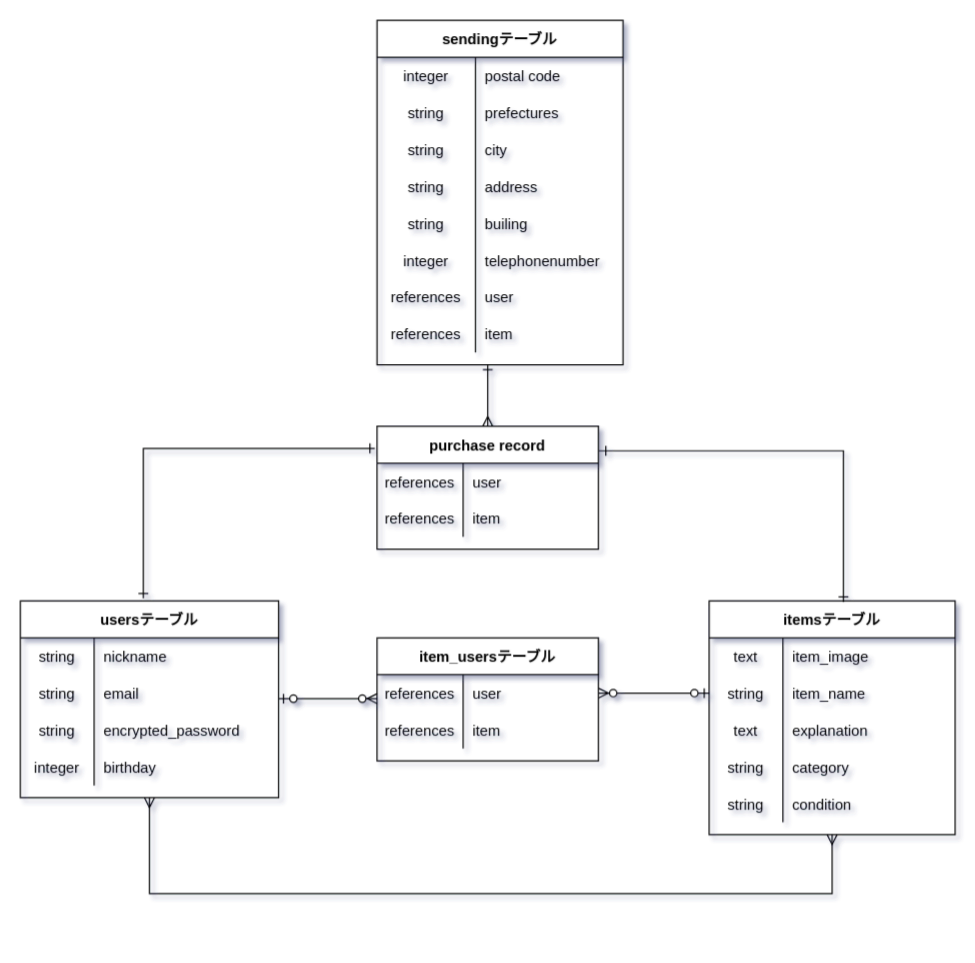
This is test.dio from iorrittle/furima-37188, a draw.io file, before an edit. Source tidied: cells renumbered, new cells numbered last; positions are measured from the earlier drawing's top-left corner, leaving out a move shared by most shapes. Both pictures are drawn from the tidied source at 123%, with x=0, y=0 at pixel (20, 20).
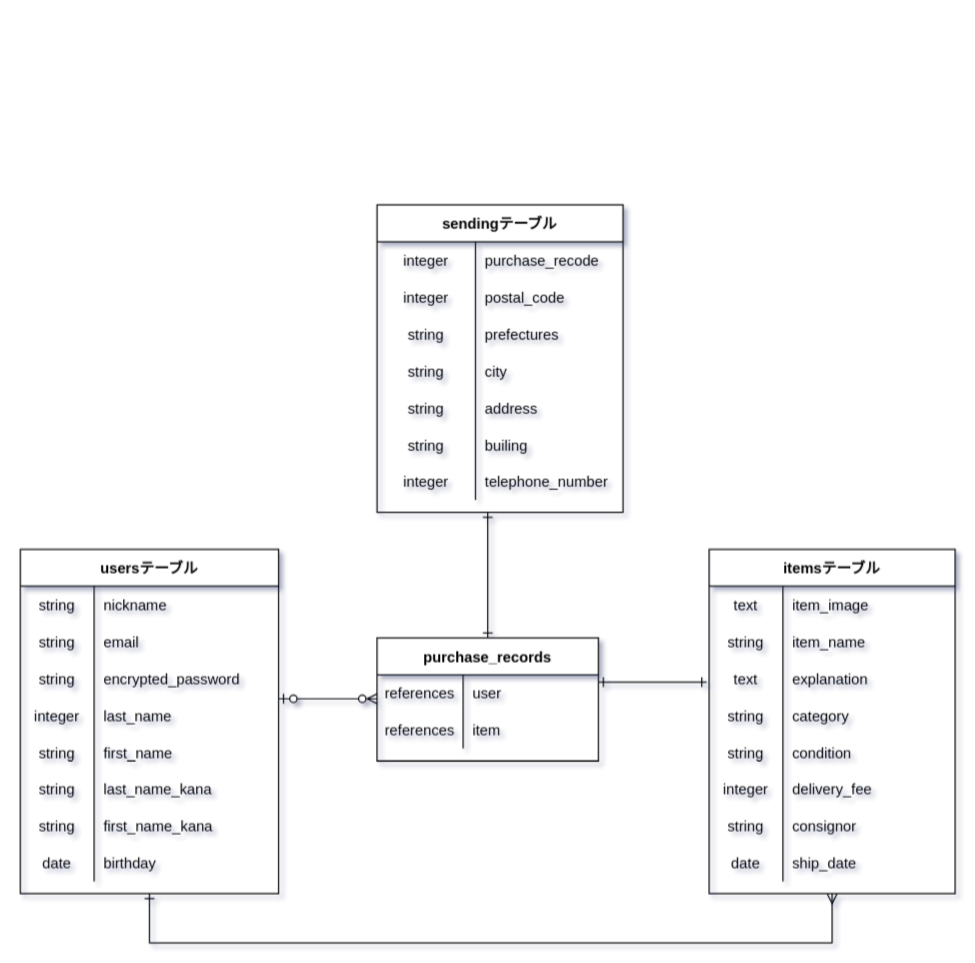
Above is the later version.

Commit message (it also covers changes not shown here):
テーブル設計、ER図作成（修正）

Unchanged cells that the change refers to:
```xml
<mxCell id="13" style="shape=partialRectangle;fillColor=none;top=0;left=0;bottom=0;right=0;" parent="3" vertex="1">
  <mxGeometry y="120" width="210" height="30" as="geometry" />
</mxCell>
<mxCell id="20" style="shape=partialRectangle;fillColor=none;top=0;left=0;bottom=0;right=0;points=[[0,0.5],[1,0.5]];portConstraint=eastwest;" parent="16" vertex="1">
  <mxGeometry y="60" width="200" height="30" as="geometry" />
</mxCell>
```

Diff of the diagram source:
```diff
@@
-    <mxCell id="2" style="edgeStyle=orthogonalEdgeStyle;rounded=0;html=1;exitX=0.5;exitY=1;exitDx=0;exitDy=0;entryX=0.5;entryY=1;entryDx=0;entryDy=0;startArrow=ERmany;startFill=0;endArrow=ERmany;endFill=0;" parent="1" edge="1" source="3" target="16">
+    <mxCell id="2" style="edgeStyle=orthogonalEdgeStyle;rounded=0;html=1;exitX=0.5;exitY=1;exitDx=0;exitDy=0;entryX=0.5;entryY=1;entryDx=0;entryDy=0;startArrow=ERone;startFill=0;endArrow=ERmany;endFill=0;" parent="1" edge="1" source="3" target="16">
       <mxGeometry relative="1" as="geometry">
         <Array as="points">
-          <mxPoint x="105" y="710" />
-          <mxPoint x="660" y="710" />
+          <mxPoint x="105" y="750" />
+          <mxPoint x="660" y="750" />
         </Array>
       </mxGeometry>
     </mxCell>
     <mxCell id="3" value="usersテーブル" style="shape=table;startSize=30;childLayout=tableLayout;rowLines=0;fontStyle=1;align=center;gradientColor=#ffffff;" parent="1" vertex="1">
-      <mxGeometry y="472" width="210" height="160" as="geometry" />
+      <mxGeometry y="430" width="210" height="280" as="geometry" />
     </mxCell>
@@
-    <mxCell id="15" value="birthday" style="shape=partialRectangle;fillColor=none;top=0;left=0;bottom=0;right=0;align=left;spacingLeft=6;overflow=hidden;" parent="13" vertex="1">
+    <mxCell id="15" value="last_name" style="shape=partialRectangle;fillColor=none;top=0;left=0;bottom=0;right=0;align=left;spacingLeft=6;overflow=hidden;" parent="13" vertex="1">
       <mxGeometry x="60" width="150" height="30" as="geometry" />
     </mxCell>
+    <mxCell id="77" style="shape=partialRectangle;fillColor=none;top=0;left=0;bottom=0;right=0;" parent="3" vertex="1">
+      <mxGeometry y="150" width="210" height="30" as="geometry" />
+    </mxCell>
+    <mxCell id="78" value="string" style="shape=partialRectangle;fillColor=none;top=0;left=0;bottom=0;right=0;overflow=hidden;" parent="77" vertex="1">
+      <mxGeometry width="60" height="30" as="geometry" />
+    </mxCell>
+    <mxCell id="79" value="first_name" style="shape=partialRectangle;fillColor=none;top=0;left=0;bottom=0;right=0;align=left;spacingLeft=6;overflow=hidden;" parent="77" vertex="1">
+      <mxGeometry x="60" width="150" height="30" as="geometry" />
+    </mxCell>
+    <mxCell id="80" style="shape=partialRectangle;fillColor=none;top=0;left=0;bottom=0;right=0;" parent="3" vertex="1">
+      <mxGeometry y="180" width="210" height="30" as="geometry" />
+    </mxCell>
+    <mxCell id="81" value="string" style="shape=partialRectangle;fillColor=none;top=0;left=0;bottom=0;right=0;overflow=hidden;" parent="80" vertex="1">
+      <mxGeometry width="60" height="30" as="geometry" />
+    </mxCell>
+    <mxCell id="82" value="last_name_kana" style="shape=partialRectangle;fillColor=none;top=0;left=0;bottom=0;right=0;align=left;spacingLeft=6;overflow=hidden;" parent="80" vertex="1">
+      <mxGeometry x="60" width="150" height="30" as="geometry" />
+    </mxCell>
+    <mxCell id="83" style="shape=partialRectangle;fillColor=none;top=0;left=0;bottom=0;right=0;" parent="3" vertex="1">
+      <mxGeometry y="210" width="210" height="30" as="geometry" />
+    </mxCell>
+    <mxCell id="84" value="string" style="shape=partialRectangle;fillColor=none;top=0;left=0;bottom=0;right=0;overflow=hidden;" parent="83" vertex="1">
+      <mxGeometry width="60" height="30" as="geometry" />
+    </mxCell>
+    <mxCell id="85" value="first_name_kana" style="shape=partialRectangle;fillColor=none;top=0;left=0;bottom=0;right=0;align=left;spacingLeft=6;overflow=hidden;" parent="83" vertex="1">
+      <mxGeometry x="60" width="150" height="30" as="geometry" />
+    </mxCell>
+    <mxCell id="86" style="shape=partialRectangle;fillColor=none;top=0;left=0;bottom=0;right=0;" parent="3" vertex="1">
+      <mxGeometry y="240" width="210" height="30" as="geometry" />
+    </mxCell>
+    <mxCell id="87" value="date" style="shape=partialRectangle;fillColor=none;top=0;left=0;bottom=0;right=0;overflow=hidden;" parent="86" vertex="1">
+      <mxGeometry width="60" height="30" as="geometry" />
+    </mxCell>
+    <mxCell id="88" value="birthday" style="shape=partialRectangle;fillColor=none;top=0;left=0;bottom=0;right=0;align=left;spacingLeft=6;overflow=hidden;" parent="86" vertex="1">
+      <mxGeometry x="60" width="150" height="30" as="geometry" />
+    </mxCell>
     <mxCell id="16" value="itemsテーブル" style="shape=table;startSize=30;childLayout=tableLayout;rowLines=0;fontStyle=1;align=center;gradientColor=#ffffff;" parent="1" vertex="1">
-      <mxGeometry x="560" y="472" width="200" height="190" as="geometry" />
+      <mxGeometry x="560" y="430" width="200" height="280" as="geometry" />
     </mxCell>
@@
-    <mxCell id="33" value="item_usersテーブル" style="shape=table;startSize=30;childLayout=tableLayout;rowLines=0;fontStyle=1;align=center;gradientColor=#ffffff;" parent="1" vertex="1">
-      <mxGeometry x="290" y="502" width="180" height="100" as="geometry" />
-    </mxCell>
-    <mxCell id="34" style="shape=partialRectangle;fillColor=none;top=0;left=0;bottom=0;right=0;points=[[0,0.5],[1,0.5]];portConstraint=eastwest;" parent="33" vertex="1">
-      <mxGeometry y="30" width="180" height="30" as="geometry" />
-    </mxCell>
-    <mxCell id="35" value="references" style="shape=partialRectangle;fillColor=none;top=0;left=0;bottom=0;right=0;overflow=hidden;" parent="34" vertex="1">
-      <mxGeometry width="70" height="30" as="geometry" />
-    </mxCell>
-    <mxCell id="36" value="user" style="shape=partialRectangle;fillColor=none;top=0;left=0;bottom=0;right=0;align=left;spacingLeft=6;overflow=hidden;" parent="34" vertex="1">
-      <mxGeometry x="70" width="110" height="30" as="geometry" />
-    </mxCell>
-    <mxCell id="37" style="shape=partialRectangle;fillColor=none;top=0;left=0;bottom=0;right=0;" parent="33" vertex="1">
-      <mxGeometry y="60" width="180" height="30" as="geometry" />
-    </mxCell>
-    <mxCell id="38" value="references" style="shape=partialRectangle;fillColor=none;top=0;left=0;bottom=0;right=0;overflow=hidden;" parent="37" vertex="1">
-      <mxGeometry width="70" height="30" as="geometry" />
-    </mxCell>
-    <mxCell id="39" value="item" style="shape=partialRectangle;fillColor=none;top=0;left=0;bottom=0;right=0;align=left;spacingLeft=6;overflow=hidden;" parent="37" vertex="1">
-      <mxGeometry x="70" width="110" height="30" as="geometry" />
-    </mxCell>
+    <mxCell id="89" style="shape=partialRectangle;fillColor=none;top=0;left=0;bottom=0;right=0;" parent="16" vertex="1">
+      <mxGeometry y="180" width="200" height="30" as="geometry" />
+    </mxCell>
+    <mxCell id="90" value="integer" style="shape=partialRectangle;fillColor=none;top=0;left=0;bottom=0;right=0;overflow=hidden;" parent="89" vertex="1">
+      <mxGeometry width="60" height="30" as="geometry" />
+    </mxCell>
+    <mxCell id="91" value="delivery_fee" style="shape=partialRectangle;fillColor=none;top=0;left=0;bottom=0;right=0;align=left;spacingLeft=6;overflow=hidden;" parent="89" vertex="1">
+      <mxGeometry x="60" width="140" height="30" as="geometry" />
+    </mxCell>
+    <mxCell id="68" style="shape=partialRectangle;fillColor=none;top=0;left=0;bottom=0;right=0;" parent="16" vertex="1">
+      <mxGeometry y="210" width="200" height="30" as="geometry" />
+    </mxCell>
+    <mxCell id="92" value="string" style="shape=partialRectangle;fillColor=none;top=0;left=0;bottom=0;right=0;overflow=hidden;" parent="68" vertex="1">
+      <mxGeometry width="60" height="30" as="geometry" />
+    </mxCell>
+    <mxCell id="93" value="consignor" style="shape=partialRectangle;fillColor=none;top=0;left=0;bottom=0;right=0;align=left;spacingLeft=6;overflow=hidden;" parent="68" vertex="1">
+      <mxGeometry x="60" width="140" height="30" as="geometry" />
+    </mxCell>
+    <mxCell id="71" style="shape=partialRectangle;fillColor=none;top=0;left=0;bottom=0;right=0;" parent="16" vertex="1">
+      <mxGeometry y="240" width="200" height="30" as="geometry" />
+    </mxCell>
+    <mxCell id="94" value="date" style="shape=partialRectangle;fillColor=none;top=0;left=0;bottom=0;right=0;overflow=hidden;" parent="71" vertex="1">
+      <mxGeometry width="60" height="30" as="geometry" />
+    </mxCell>
+    <mxCell id="95" value="ship_date" style="shape=partialRectangle;fillColor=none;top=0;left=0;bottom=0;right=0;align=left;spacingLeft=6;overflow=hidden;" parent="71" vertex="1">
+      <mxGeometry x="60" width="140" height="30" as="geometry" />
+    </mxCell>
-    <mxCell id="40" style="edgeStyle=orthogonalEdgeStyle;rounded=0;html=1;entryX=0.546;entryY=0.004;entryDx=0;entryDy=0;entryPerimeter=0;startArrow=ERone;startFill=0;endArrow=ERone;endFill=0;" parent="1" edge="1" target="16">
+    <mxCell id="40" style="edgeStyle=orthogonalEdgeStyle;rounded=0;html=1;startArrow=ERone;startFill=0;endArrow=ERone;endFill=0;" parent="1" edge="1">
       <mxGeometry relative="1" as="geometry">
-        <mxPoint x="480" y="350" as="sourcePoint" />
+        <mxPoint x="470" y="538" as="sourcePoint" />
+        <mxPoint x="558" y="538" as="targetPoint" />
         <Array as="points">
-          <mxPoint x="470" y="350" />
-          <mxPoint x="669" y="350" />
+          <mxPoint x="558" y="538" />
         </Array>
       </mxGeometry>
     </mxCell>
-    <mxCell id="41" style="edgeStyle=orthogonalEdgeStyle;rounded=0;html=1;exitX=0.5;exitY=0;exitDx=0;exitDy=0;startArrow=ERmany;startFill=0;endArrow=ERone;endFill=0;" parent="1" edge="1" source="42">
+    <mxCell id="41" style="edgeStyle=orthogonalEdgeStyle;rounded=0;html=1;exitX=0.5;exitY=0;exitDx=0;exitDy=0;startArrow=ERone;startFill=0;endArrow=ERone;endFill=0;" parent="1" edge="1" source="42">
       <mxGeometry relative="1" as="geometry">
-        <mxPoint x="380" y="280" as="targetPoint" />
+        <mxPoint x="380" y="400" as="targetPoint" />
       </mxGeometry>
     </mxCell>
-    <mxCell id="42" value="purchase record" style="shape=table;startSize=30;childLayout=tableLayout;rowLines=0;fontStyle=1;align=center;gradientColor=#ffffff;" parent="1" vertex="1">
-      <mxGeometry x="290" y="330" width="180" height="100" as="geometry" />
+    <mxCell id="42" value="purchase_records" style="shape=table;startSize=30;childLayout=tableLayout;rowLines=0;fontStyle=1;align=center;gradientColor=#ffffff;" parent="1" vertex="1">
+      <mxGeometry x="290" y="502" width="180" height="100" as="geometry" />
     </mxCell>
@@
     <mxCell id="49" value="sendingテーブル" style="shape=table;startSize=30;childLayout=tableLayout;rowLines=0;fontStyle=1;align=center;gradientColor=#ffffff;" parent="1" vertex="1">
-      <mxGeometry x="290" width="200" height="280" as="geometry" />
+      <mxGeometry x="290" y="150" width="200" height="250" as="geometry" />
     </mxCell>
+    <mxCell id="96" style="shape=partialRectangle;fillColor=none;top=0;left=0;bottom=0;right=0;" parent="49" vertex="1">
+      <mxGeometry y="30" width="200" height="30" as="geometry" />
+    </mxCell>
+    <mxCell id="97" value="integer" style="shape=partialRectangle;fillColor=none;top=0;left=0;bottom=0;right=0;overflow=hidden;" parent="96" vertex="1">
+      <mxGeometry width="80" height="30" as="geometry" />
+    </mxCell>
+    <mxCell id="98" value="purchase_recode" style="shape=partialRectangle;fillColor=none;top=0;left=0;bottom=0;right=0;align=left;spacingLeft=6;overflow=hidden;" parent="96" vertex="1">
+      <mxGeometry x="80" width="120" height="30" as="geometry" />
+    </mxCell>
     <mxCell id="50" style="shape=partialRectangle;fillColor=none;top=0;left=0;bottom=0;right=0;" parent="49" vertex="1">
-      <mxGeometry y="30" width="200" height="30" as="geometry" />
+      <mxGeometry y="60" width="200" height="30" as="geometry" />
     </mxCell>
@@
-    <mxCell id="52" value="postal code" style="shape=partialRectangle;fillColor=none;top=0;left=0;bottom=0;right=0;align=left;spacingLeft=6;overflow=hidden;" parent="50" vertex="1">
+    <mxCell id="52" value="postal_code" style="shape=partialRectangle;fillColor=none;top=0;left=0;bottom=0;right=0;align=left;spacingLeft=6;overflow=hidden;" parent="50" vertex="1">
       <mxGeometry x="80" width="120" height="30" as="geometry" />
     </mxCell>
     <mxCell id="53" style="shape=partialRectangle;fillColor=none;top=0;left=0;bottom=0;right=0;" parent="49" vertex="1">
-      <mxGeometry y="60" width="200" height="30" as="geometry" />
+      <mxGeometry y="90" width="200" height="30" as="geometry" />
     </mxCell>
@@
     <mxCell id="56" style="shape=partialRectangle;fillColor=none;top=0;left=0;bottom=0;right=0;" parent="49" vertex="1">
-      <mxGeometry y="90" width="200" height="30" as="geometry" />
+      <mxGeometry y="120" width="200" height="30" as="geometry" />
     </mxCell>
@@
     <mxCell id="59" style="shape=partialRectangle;fillColor=none;top=0;left=0;bottom=0;right=0;" parent="49" vertex="1">
-      <mxGeometry y="120" width="200" height="30" as="geometry" />
+      <mxGeometry y="150" width="200" height="30" as="geometry" />
     </mxCell>
@@
     <mxCell id="62" style="shape=partialRectangle;fillColor=none;top=0;left=0;bottom=0;right=0;" parent="49" vertex="1">
-      <mxGeometry y="150" width="200" height="30" as="geometry" />
+      <mxGeometry y="180" width="200" height="30" as="geometry" />
     </mxCell>
@@
     <mxCell id="65" style="shape=partialRectangle;fillColor=none;top=0;left=0;bottom=0;right=0;" parent="49" vertex="1">
-      <mxGeometry y="180" width="200" height="30" as="geometry" />
+      <mxGeometry y="210" width="200" height="30" as="geometry" />
     </mxCell>
@@
-    <mxCell id="67" value="telephonenumber" style="shape=partialRectangle;fillColor=none;top=0;left=0;bottom=0;right=0;align=left;spacingLeft=6;overflow=hidden;" parent="65" vertex="1">
+    <mxCell id="67" value="telephone_number" style="shape=partialRectangle;fillColor=none;top=0;left=0;bottom=0;right=0;align=left;spacingLeft=6;overflow=hidden;" parent="65" vertex="1">
       <mxGeometry x="80" width="120" height="30" as="geometry" />
     </mxCell>
-    <mxCell id="68" style="shape=partialRectangle;fillColor=none;top=0;left=0;bottom=0;right=0;" parent="49" vertex="1">
-      <mxGeometry y="210" width="200" height="30" as="geometry" />
-    </mxCell>
-    <mxCell id="69" value="references" style="shape=partialRectangle;fillColor=none;top=0;left=0;bottom=0;right=0;overflow=hidden;" parent="68" vertex="1">
-      <mxGeometry width="80" height="30" as="geometry" />
-    </mxCell>
-    <mxCell id="70" value="user" style="shape=partialRectangle;fillColor=none;top=0;left=0;bottom=0;right=0;align=left;spacingLeft=6;overflow=hidden;" parent="68" vertex="1">
-      <mxGeometry x="80" width="120" height="30" as="geometry" />
-    </mxCell>
-    <mxCell id="71" style="shape=partialRectangle;fillColor=none;top=0;left=0;bottom=0;right=0;" parent="49" vertex="1">
-      <mxGeometry y="240" width="200" height="30" as="geometry" />
-    </mxCell>
-    <mxCell id="72" value="references" style="shape=partialRectangle;fillColor=none;top=0;left=0;bottom=0;right=0;overflow=hidden;" parent="71" vertex="1">
-      <mxGeometry width="80" height="30" as="geometry" />
-    </mxCell>
-    <mxCell id="73" value="item" style="shape=partialRectangle;fillColor=none;top=0;left=0;bottom=0;right=0;align=left;spacingLeft=6;overflow=hidden;" parent="71" vertex="1">
-      <mxGeometry x="80" width="120" height="30" as="geometry" />
-    </mxCell>
@@
-    <mxCell id="75" style="edgeStyle=entityRelationEdgeStyle;fontSize=12;html=1;endArrow=ERzeroToMany;startArrow=ERzeroToOne;entryX=1;entryY=0.5;entryDx=0;entryDy=0;" parent="1" edge="1" source="20" target="34">
-      <mxGeometry relative="1" as="geometry" />
-    </mxCell>
-    <mxCell id="76" style="edgeStyle=orthogonalEdgeStyle;rounded=0;html=1;exitX=-0.01;exitY=0.18;exitDx=0;exitDy=0;endArrow=ERone;endFill=0;startArrow=ERone;startFill=0;exitPerimeter=0;" parent="1" edge="1" source="42">
-      <mxGeometry relative="1" as="geometry">
-        <mxPoint x="100" y="470" as="targetPoint" />
-        <Array as="points">
-          <mxPoint x="100" y="348" />
-        </Array>
-      </mxGeometry>
-    </mxCell>
```
